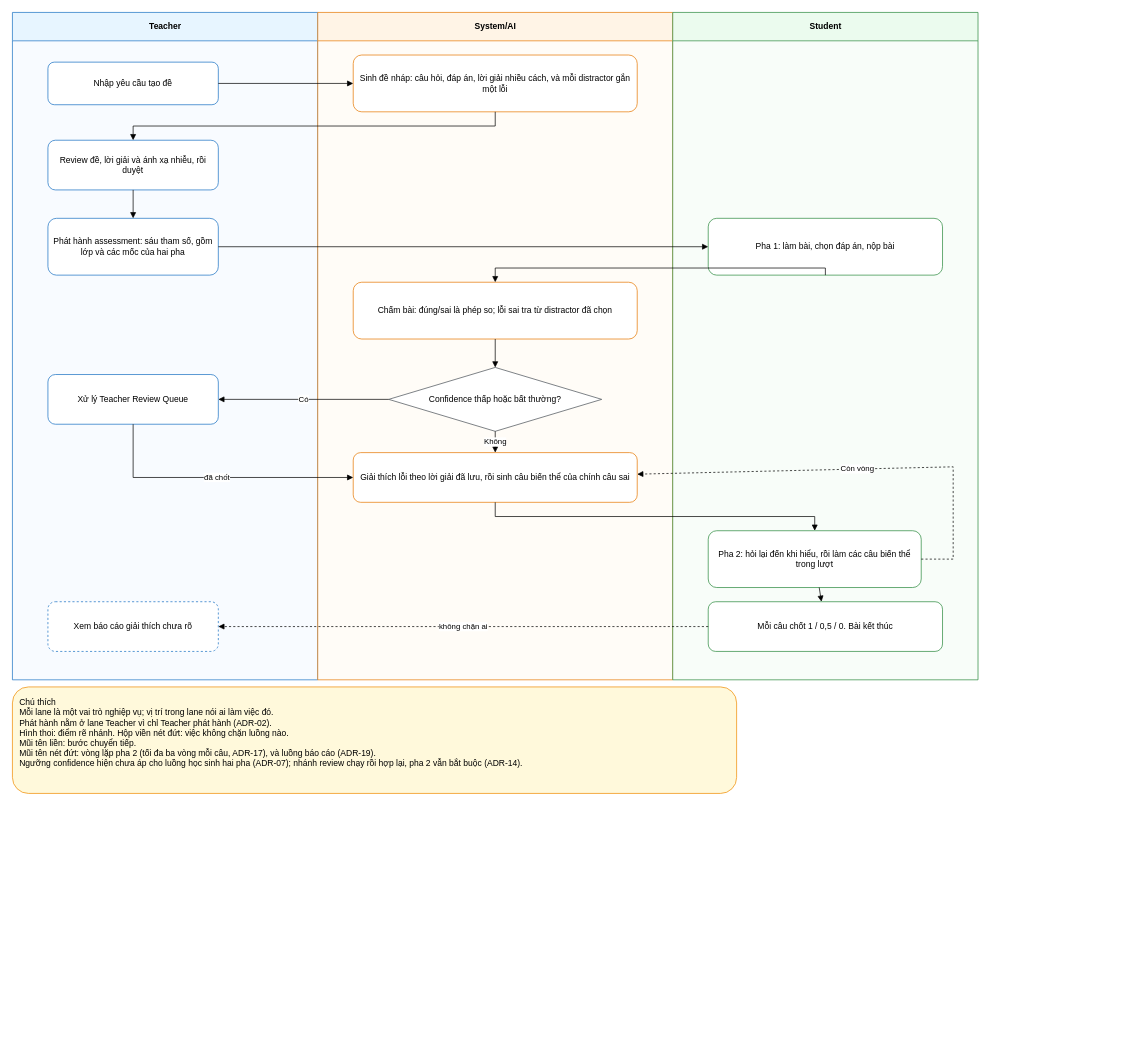
Before: docs/diagrams/business-workflows.drawio in biabeogo147/AI-Assessment-and-Feedback-Assistant, a draw.io diagram. Source tidied: cells renumbered, new cells numbered last; positions are measured from the earlier drawing's top-left corner, leaving out a move shared by most shapes. Both pictures are drawn from the tidied source at 71%, with x=0, y=0 at pixel (12, 12).
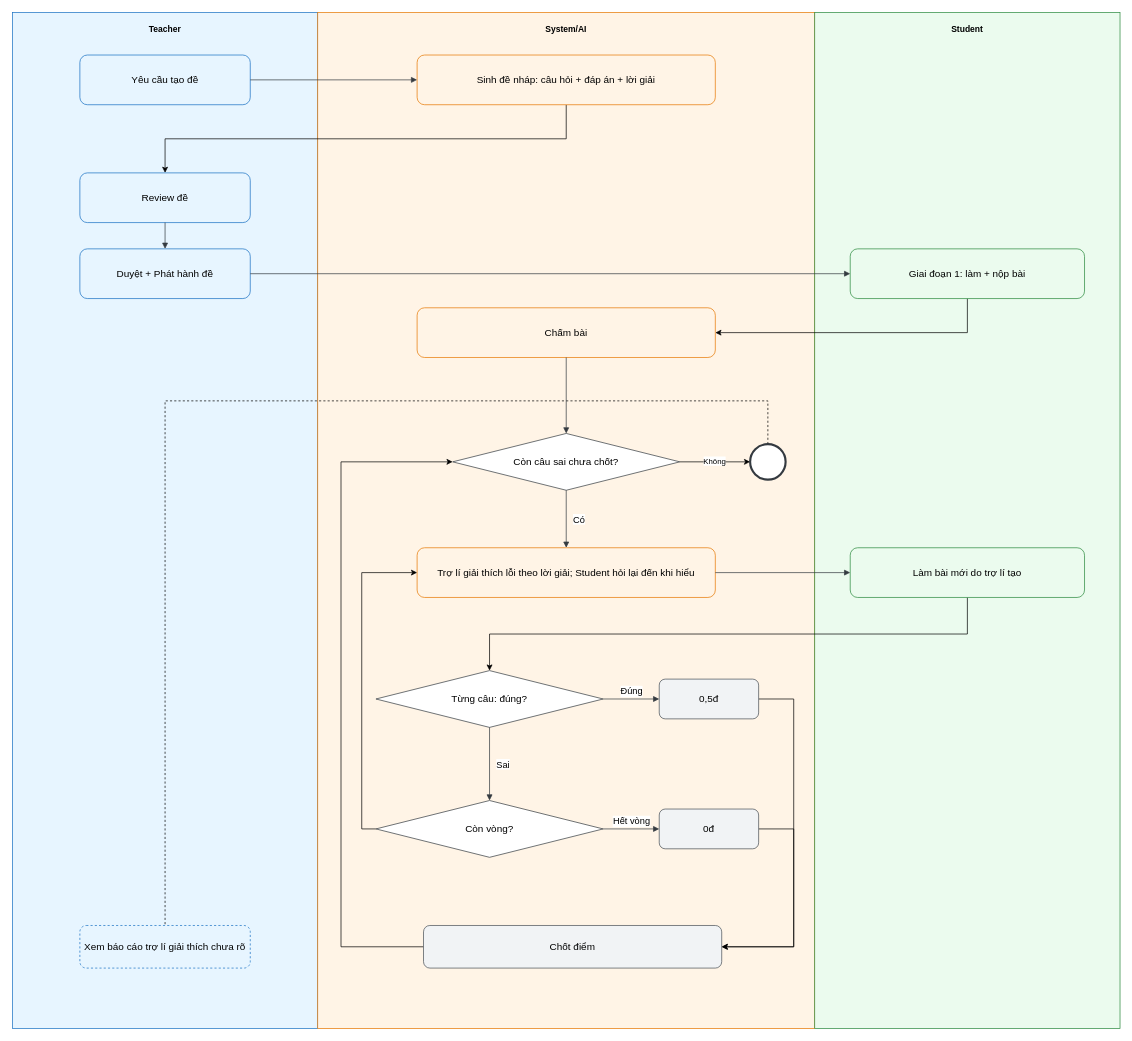
After the change.

The edit, as a diff of the source:
```diff
@@
-    <mxCell id="2" value="Teacher" style="swimlane;html=1;startSize=40;horizontal=1;fillColor=#e7f5ff;strokeColor=#1971c2;fontStyle=1;swimlaneFillColor=#f8fbff;" parent="1" vertex="1">
-      <mxGeometry width="430" height="940" as="geometry" />
+    <mxCell id="2" value="Teacher" style="rounded=0;whiteSpace=wrap;html=1;fillColor=#e7f5ff;strokeColor=#1971c2;fontStyle=1;verticalAlign=top;spacingTop=10;" parent="1" vertex="1">
+      <mxGeometry width="430" height="1431" as="geometry" />
     </mxCell>
-    <mxCell id="3" value="System/AI" style="swimlane;html=1;startSize=40;horizontal=1;fillColor=#fff4e6;strokeColor=#e67700;fontStyle=1;swimlaneFillColor=#fffcf7;" parent="1" vertex="1">
-      <mxGeometry x="430" width="500" height="940" as="geometry" />
+    <mxCell id="3" value="System/AI" style="rounded=0;whiteSpace=wrap;html=1;fillColor=#fff4e6;strokeColor=#e67700;fontStyle=1;verticalAlign=top;spacingTop=10;" parent="1" vertex="1">
+      <mxGeometry x="430" width="700" height="1431" as="geometry" />
     </mxCell>
-    <mxCell id="4" value="Student" style="swimlane;html=1;startSize=40;horizontal=1;fillColor=#ebfbee;strokeColor=#2b8a3e;fontStyle=1;swimlaneFillColor=#f8fdf9;" parent="1" vertex="1">
-      <mxGeometry x="930" width="430" height="940" as="geometry" />
+    <mxCell id="4" value="Student" style="rounded=0;whiteSpace=wrap;html=1;fillColor=#ebfbee;strokeColor=#2b8a3e;fontStyle=1;verticalAlign=top;spacingTop=10;" parent="1" vertex="1">
+      <mxGeometry x="1130" width="430" height="1431" as="geometry" />
     </mxCell>
-    <mxCell id="5" value="Nhập yêu cầu tạo đề" style="rounded=1;whiteSpace=wrap;html=1;fillColor=#ffffff;strokeColor=#1971c2;" parent="1" vertex="1">
-      <mxGeometry x="50" y="70" width="240" height="60" as="geometry" />
+    <mxCell id="5" value="Yêu cầu tạo đề" style="rounded=1;whiteSpace=wrap;html=1;fillColor=#e7f5ff;strokeColor=#1971c2;fontSize=14;" parent="1" vertex="1">
+      <mxGeometry x="95" y="60" width="240" height="70" as="geometry" />
     </mxCell>
+    <mxCell id="19" style="edgeStyle=orthogonalEdgeStyle;rounded=0;jettySize=auto;html=1;exitX=0.5;exitY=1;exitDx=0;exitDy=0;" parent="1" edge="1" source="6" target="7">
+      <mxGeometry relative="1" as="geometry" />
+    </mxCell>
-    <mxCell id="6" value="Sinh đề nháp: câu hỏi, đáp án, lời giải nhiều cách, và mỗi distractor gắn một lỗi" style="rounded=1;whiteSpace=wrap;html=1;fillColor=#ffffff;strokeColor=#e67700;" parent="1" vertex="1">
-      <mxGeometry x="480" y="60" width="400" height="80" as="geometry" />
+    <mxCell id="6" value="Sinh đề nháp: câu hỏi + đáp án + lời giải" style="rounded=1;whiteSpace=wrap;html=1;fillColor=#fff4e6;strokeColor=#e67700;fontSize=14;" parent="1" vertex="1">
+      <mxGeometry x="570" y="60" width="420" height="70" as="geometry" />
     </mxCell>
-    <mxCell id="7" value="Review đề, lời giải và ánh xạ nhiễu, rồi duyệt" style="rounded=1;whiteSpace=wrap;html=1;fillColor=#ffffff;strokeColor=#1971c2;" parent="1" vertex="1">
-      <mxGeometry x="50" y="180" width="240" height="70" as="geometry" />
+    <mxCell id="7" value="Review đề" style="rounded=1;whiteSpace=wrap;html=1;fillColor=#e7f5ff;strokeColor=#1971c2;fontSize=14;" parent="1" vertex="1">
+      <mxGeometry x="95" y="226" width="240" height="70" as="geometry" />
     </mxCell>
-    <mxCell id="8" value="Phát hành assessment: sáu tham số, gồm lớp và các mốc của hai pha" style="rounded=1;whiteSpace=wrap;html=1;fillColor=#ffffff;strokeColor=#1971c2;" parent="1" vertex="1">
-      <mxGeometry x="50" y="290" width="240" height="80" as="geometry" />
+    <mxCell id="8" value="Duyệt + Phát hành đề" style="rounded=1;whiteSpace=wrap;html=1;fillColor=#e7f5ff;strokeColor=#1971c2;fontSize=14;" parent="1" vertex="1">
+      <mxGeometry x="95" y="333" width="240" height="70" as="geometry" />
     </mxCell>
+    <mxCell id="22" style="edgeStyle=orthogonalEdgeStyle;rounded=0;jettySize=auto;html=1;exitX=0.5;exitY=1;exitDx=0;exitDy=0;entryX=1;entryY=0.5;entryDx=0;entryDy=0;" parent="1" edge="1" source="9" target="10">
+      <mxGeometry relative="1" as="geometry" />
+    </mxCell>
-    <mxCell id="9" value="Pha 1: làm bài, chọn đáp án, nộp bài" style="rounded=1;whiteSpace=wrap;html=1;fillColor=#ffffff;strokeColor=#2b8a3e;" parent="1" vertex="1">
-      <mxGeometry x="980" y="290" width="330" height="80" as="geometry" />
+    <mxCell id="9" value="Giai đoạn 1: làm + nộp bài" style="rounded=1;whiteSpace=wrap;html=1;fillColor=#ebfbee;strokeColor=#2b8a3e;fontSize=14;" parent="1" vertex="1">
+      <mxGeometry x="1180" y="333" width="330" height="70" as="geometry" />
     </mxCell>
-    <mxCell id="10" value="Chấm bài: đúng/sai là phép so; lỗi sai tra từ distractor đã chọn" style="rounded=1;whiteSpace=wrap;html=1;fillColor=#ffffff;strokeColor=#e67700;" parent="1" vertex="1">
-      <mxGeometry x="480" y="380" width="400" height="80" as="geometry" />
+    <mxCell id="10" value="Chấm bài" style="rounded=1;whiteSpace=wrap;html=1;fillColor=#fff4e6;strokeColor=#e67700;fontSize=14;" parent="1" vertex="1">
+      <mxGeometry x="570" y="416" width="420" height="70" as="geometry" />
     </mxCell>
-    <mxCell id="11" value="Confidence thấp hoặc bất thường?" style="rhombus;whiteSpace=wrap;html=1;fillColor=#ffffff;strokeColor=#495057;" parent="1" vertex="1">
-      <mxGeometry x="530" y="500" width="300" height="90" as="geometry" />
-    </mxCell>
-    <mxCell id="12" value="Xử lý Teacher Review Queue" style="rounded=1;whiteSpace=wrap;html=1;fillColor=#ffffff;strokeColor=#1971c2;" parent="1" vertex="1">
-      <mxGeometry x="50" y="510" width="240" height="70" as="geometry" />
-    </mxCell>
-    <mxCell id="13" value="Giải thích lỗi theo lời giải đã lưu, rồi sinh câu biến thể của chính câu sai" style="rounded=1;whiteSpace=wrap;html=1;fillColor=#ffffff;strokeColor=#e67700;" parent="1" vertex="1">
-      <mxGeometry x="480" y="620" width="400" height="70" as="geometry" />
-    </mxCell>
-    <mxCell id="14" value="Pha 2: hỏi lại đến khi hiểu, rồi làm các câu biến thể trong lượt" style="rounded=1;whiteSpace=wrap;html=1;fillColor=#ffffff;strokeColor=#2b8a3e;" parent="1" vertex="1">
-      <mxGeometry x="980" y="730" width="300" height="80" as="geometry" />
-    </mxCell>
-    <mxCell id="15" value="Mỗi câu chốt 1 / 0,5 / 0. Bài kết thúc" style="rounded=1;whiteSpace=wrap;html=1;fillColor=#ffffff;strokeColor=#2b8a3e;" parent="1" vertex="1">
-      <mxGeometry x="980" y="830" width="330" height="70" as="geometry" />
-    </mxCell>
+    <mxCell id="31" style="edgeStyle=orthogonalEdgeStyle;rounded=0;jettySize=auto;html=1;exitX=1;exitY=0.5;exitDx=0;exitDy=0;" parent="1" edge="1" source="32" target="46">
+      <mxGeometry relative="1" as="geometry" />
+    </mxCell>
+    <mxCell id="25" value="Không" style="edgeLabel;html=1;align=center;verticalAlign=middle;" parent="31" vertex="1">
+      <mxGeometry x="-0.04" y="2" relative="1" as="geometry" />
+    </mxCell>
+    <mxCell id="32" value="Còn câu sai chưa chốt?" style="rhombus;whiteSpace=wrap;html=1;fillColor=#ffffff;strokeColor=#343a40;fontSize=14;" parent="1" vertex="1">
+      <mxGeometry x="620" y="593" width="320" height="80" as="geometry" />
+    </mxCell>
+    <mxCell id="33" value="Trợ lí giải thích lỗi theo lời giải; Student hỏi lại đến khi hiểu" style="rounded=1;whiteSpace=wrap;html=1;fillColor=#fff4e6;strokeColor=#e67700;fontSize=14;" parent="1" vertex="1">
+      <mxGeometry x="570" y="754" width="420" height="70" as="geometry" />
+    </mxCell>
+    <mxCell id="34" style="edgeStyle=orthogonalEdgeStyle;rounded=0;jettySize=auto;html=1;exitX=0.5;exitY=1;exitDx=0;exitDy=0;entryX=0.5;entryY=0;entryDx=0;entryDy=0;" parent="1" edge="1" source="35" target="36">
+      <mxGeometry relative="1" as="geometry" />
+    </mxCell>
+    <mxCell id="35" value="Làm bài mới do trợ lí tạo" style="rounded=1;whiteSpace=wrap;html=1;fillColor=#ebfbee;strokeColor=#2b8a3e;fontSize=14;" parent="1" vertex="1">
+      <mxGeometry x="1180" y="754" width="330" height="70" as="geometry" />
+    </mxCell>
+    <mxCell id="36" value="Từng câu: đúng?" style="rhombus;whiteSpace=wrap;html=1;fillColor=#ffffff;strokeColor=#343a40;fontSize=14;" parent="1" vertex="1">
+      <mxGeometry x="512" y="927" width="320" height="80" as="geometry" />
+    </mxCell>
+    <mxCell id="37" style="edgeStyle=orthogonalEdgeStyle;rounded=0;jettySize=auto;html=1;exitX=0;exitY=0.5;exitDx=0;exitDy=0;entryX=0;entryY=0.5;entryDx=0;entryDy=0;" parent="1" edge="1" source="38" target="33">
+      <mxGeometry relative="1" as="geometry" />
+    </mxCell>
+    <mxCell id="38" value="Còn vòng?" style="rhombus;whiteSpace=wrap;html=1;fillColor=#ffffff;strokeColor=#343a40;fontSize=14;" parent="1" vertex="1">
+      <mxGeometry x="512" y="1110" width="320" height="80" as="geometry" />
+    </mxCell>
+    <mxCell id="39" style="edgeStyle=orthogonalEdgeStyle;rounded=0;jettySize=auto;html=1;exitX=1;exitY=0.5;exitDx=0;exitDy=0;entryX=1;entryY=0.5;entryDx=0;entryDy=0;" parent="1" edge="1" source="40" target="44">
+      <mxGeometry relative="1" as="geometry">
+        <Array as="points">
+          <mxPoint x="1100.4" y="967" />
+          <mxPoint x="1100.4" y="1316" />
+        </Array>
+      </mxGeometry>
+    </mxCell>
+    <mxCell id="40" value="0,5đ" style="rounded=1;whiteSpace=wrap;html=1;fillColor=#f1f3f5;strokeColor=#495057;fontSize=14;" parent="1" vertex="1">
+      <mxGeometry x="911" y="939" width="140" height="56" as="geometry" />
+    </mxCell>
+    <mxCell id="41" style="edgeStyle=orthogonalEdgeStyle;rounded=0;jettySize=auto;html=1;exitX=1;exitY=0.5;exitDx=0;exitDy=0;entryX=1;entryY=0.5;entryDx=0;entryDy=0;" parent="1" edge="1" source="42" target="44">
+      <mxGeometry relative="1" as="geometry">
+        <Array as="points">
+          <mxPoint x="1100.4" y="1150" />
+          <mxPoint x="1100.4" y="1316" />
+        </Array>
+      </mxGeometry>
+    </mxCell>
+    <mxCell id="42" value="0đ" style="rounded=1;whiteSpace=wrap;html=1;fillColor=#f1f3f5;strokeColor=#495057;fontSize=14;" parent="1" vertex="1">
+      <mxGeometry x="911" y="1122" width="140" height="56" as="geometry" />
+    </mxCell>
+    <mxCell id="43" style="edgeStyle=orthogonalEdgeStyle;rounded=0;jettySize=auto;html=1;exitX=0;exitY=0.5;exitDx=0;exitDy=0;entryX=0;entryY=0.5;entryDx=0;entryDy=0;" parent="1" edge="1" source="44" target="32">
+      <mxGeometry relative="1" as="geometry">
+        <Array as="points">
+          <mxPoint x="462.8" y="1316" />
+          <mxPoint x="462.8" y="633" />
+        </Array>
+      </mxGeometry>
+    </mxCell>
+    <mxCell id="44" value="Chốt điểm" style="rounded=1;whiteSpace=wrap;html=1;fillColor=#f1f3f5;strokeColor=#495057;fontSize=14;" parent="1" vertex="1">
+      <mxGeometry x="579" y="1286" width="420" height="60" as="geometry" />
+    </mxCell>
+    <mxCell id="45" style="edgeStyle=orthogonalEdgeStyle;rounded=0;jettySize=auto;html=1;exitX=0.5;exitY=0;exitDx=0;exitDy=0;dashed=1;endArrow=none;endFill=0;" parent="1" edge="1" source="46" target="16">
+      <mxGeometry relative="1" as="geometry">
+        <Array as="points">
+          <mxPoint x="1064" y="547.1" />
+          <mxPoint x="215" y="547.1" />
+        </Array>
+      </mxGeometry>
+    </mxCell>
+    <mxCell id="46" style="ellipse;whiteSpace=wrap;html=1;fillColor=#ffffff;strokeColor=#343a40;strokeWidth=3;" parent="1" vertex="1">
+      <mxGeometry x="1039" y="608" width="50" height="50" as="geometry" />
+    </mxCell>
-    <mxCell id="16" value="Xem báo cáo giải thích chưa rõ" style="rounded=1;whiteSpace=wrap;html=1;fillColor=#ffffff;strokeColor=#1971c2;dashed=1;" parent="1" vertex="1">
-      <mxGeometry x="50" y="830" width="240" height="70" as="geometry" />
+    <mxCell id="16" value="Xem báo cáo trợ lí giải thích chưa rõ" style="rounded=1;whiteSpace=wrap;html=1;fillColor=#e7f5ff;strokeColor=#1971c2;dashed=1;fontSize=14;" parent="1" vertex="1">
+      <mxGeometry x="95" y="1286" width="240" height="60" as="geometry" />
     </mxCell>
-    <mxCell id="17" value="Chú thích&#10;Mỗi lane là một vai trò nghiệp vụ; vị trí trong lane nói ai làm việc đó.&#10;Phát hành nằm ở lane Teacher vì chỉ Teacher phát hành (ADR-02).&#10;Hình thoi: điểm rẽ nhánh. Hộp viền nét đứt: việc không chặn luồng nào.&#10;Mũi tên liền: bước chuyển tiếp.&#10;Mũi tên nét đứt: vòng lặp pha 2 (tối đa ba vòng mỗi câu, ADR-17), và luồng báo cáo (ADR-19).&#10;Ngưỡng confidence hiện chưa áp cho luồng học sinh hai pha (ADR-07); nhánh review chạy rồi hợp lại, pha 2 vẫn bắt buộc (ADR-14)." style="rounded=1;whiteSpace=wrap;html=1;fillColor=#fff9db;strokeColor=#f08c00;align=left;verticalAlign=top;spacing=10;" parent="1" vertex="1">
-      <mxGeometry y="950" width="1020" height="150" as="geometry" />
-    </mxCell>
-    <mxCell id="18" style="endArrow=block;html=1;rounded=0;" parent="1" edge="1" source="5" target="6">
+    <mxCell id="18" style="edgeStyle=orthogonalEdgeStyle;rounded=0;html=1;endArrow=block;strokeColor=#343a40;fontSize=13;exitX=1;exitY=0.5;exitDx=0;exitDy=0;entryX=0;entryY=0.5;entryDx=0;entryDy=0;" parent="1" edge="1" source="5" target="6">
       <mxGeometry relative="1" as="geometry" />
     </mxCell>
-    <mxCell id="19" style="endArrow=block;html=1;rounded=0;" parent="1" edge="1" source="6" target="7">
-      <mxGeometry relative="1" as="geometry">
-        <Array as="points">
-          <mxPoint x="680" y="160" />
-          <mxPoint x="170" y="160" />
-        </Array>
-      </mxGeometry>
-    </mxCell>
-    <mxCell id="20" style="endArrow=block;html=1;rounded=0;" parent="1" edge="1" source="7" target="8">
+    <mxCell id="20" style="edgeStyle=orthogonalEdgeStyle;rounded=0;html=1;endArrow=block;strokeColor=#343a40;fontSize=13;exitX=0.5;exitY=1;exitDx=0;exitDy=0;entryX=0.5;entryY=0;entryDx=0;entryDy=0;" parent="1" edge="1" source="7" target="8">
       <mxGeometry relative="1" as="geometry" />
     </mxCell>
-    <mxCell id="21" style="endArrow=block;html=1;rounded=0;" parent="1" edge="1" source="8" target="9">
+    <mxCell id="21" style="edgeStyle=orthogonalEdgeStyle;rounded=0;html=1;endArrow=block;strokeColor=#343a40;fontSize=13;exitX=1;exitY=0.5;exitDx=0;exitDy=0;entryX=0;entryY=0.5;entryDx=0;entryDy=0;" parent="1" edge="1" source="8" target="9">
       <mxGeometry relative="1" as="geometry" />
     </mxCell>
-    <mxCell id="22" style="endArrow=block;html=1;rounded=0;" parent="1" edge="1" source="9" target="10">
-      <mxGeometry relative="1" as="geometry">
-        <Array as="points">
-          <mxPoint x="1145" y="360" />
-          <mxPoint x="680" y="360" />
-        </Array>
-      </mxGeometry>
-    </mxCell>
-    <mxCell id="23" style="endArrow=block;html=1;rounded=0;" parent="1" edge="1" source="10" target="11">
-      <mxGeometry relative="1" as="geometry" />
-    </mxCell>
+    <mxCell id="47" style="edgeStyle=orthogonalEdgeStyle;rounded=0;html=1;endArrow=block;strokeColor=#343a40;fontSize=13;exitX=0.5;exitY=1;exitDx=0;exitDy=0;entryX=0.5;entryY=0;entryDx=0;entryDy=0;" parent="1" edge="1" source="10" target="32">
+      <mxGeometry relative="1" as="geometry" />
+    </mxCell>
-    <mxCell id="24" value="Có" style="endArrow=block;html=1;rounded=0;" parent="1" edge="1" source="11" target="12">
+    <mxCell id="24" value="Có" style="edgeStyle=orthogonalEdgeStyle;rounded=0;html=1;endArrow=block;strokeColor=#343a40;fontSize=13;exitX=0.5;exitY=1;exitDx=0;exitDy=0;entryX=0.5;entryY=0;entryDx=0;entryDy=0;align=left;spacingLeft=8;" parent="1" edge="1" source="32" target="33">
       <mxGeometry relative="1" as="geometry" />
     </mxCell>
-    <mxCell id="25" value="Không" style="endArrow=block;html=1;rounded=0;" parent="1" edge="1" source="11" target="13">
-      <mxGeometry relative="1" as="geometry" />
-    </mxCell>
-    <mxCell id="26" value="đã chốt" style="endArrow=block;html=1;rounded=0;" parent="1" edge="1" source="12" target="13">
-      <mxGeometry relative="1" as="geometry">
-        <Array as="points">
-          <mxPoint x="170" y="655" />
-        </Array>
-      </mxGeometry>
-    </mxCell>
-    <mxCell id="27" style="endArrow=block;html=1;rounded=0;" parent="1" edge="1" source="13" target="14">
-      <mxGeometry relative="1" as="geometry">
-        <Array as="points">
-          <mxPoint x="680" y="710" />
-          <mxPoint x="1130" y="710" />
-        </Array>
-      </mxGeometry>
-    </mxCell>
-    <mxCell id="28" value="Còn vòng" style="endArrow=block;html=1;rounded=0;dashed=1;" parent="1" edge="1" source="14" target="13">
-      <mxGeometry relative="1" as="geometry">
-        <Array as="points">
-          <mxPoint x="1325" y="770" />
-          <mxPoint x="1325" y="640" />
-        </Array>
-      </mxGeometry>
-    </mxCell>
-    <mxCell id="29" style="endArrow=block;html=1;rounded=0;" parent="1" edge="1" source="14" target="15">
-      <mxGeometry relative="1" as="geometry" />
-    </mxCell>
-    <mxCell id="30" value="không chặn ai" style="endArrow=block;html=1;rounded=0;dashed=1;" parent="1" edge="1" source="15" target="16">
-      <mxGeometry relative="1" as="geometry">
-        <Array as="points">
-          <mxPoint x="360" y="865" />
-        </Array>
-      </mxGeometry>
-    </mxCell>
+    <mxCell id="48" style="edgeStyle=orthogonalEdgeStyle;rounded=0;html=1;endArrow=block;strokeColor=#343a40;fontSize=13;exitX=1;exitY=0.5;exitDx=0;exitDy=0;entryX=0;entryY=0.5;entryDx=0;entryDy=0;" parent="1" edge="1" source="33" target="35">
+      <mxGeometry relative="1" as="geometry" />
+    </mxCell>
+    <mxCell id="49" value="Đúng" style="edgeStyle=orthogonalEdgeStyle;rounded=0;html=1;endArrow=block;strokeColor=#343a40;fontSize=13;exitX=1;exitY=0.5;exitDx=0;exitDy=0;entryX=0;entryY=0.5;entryDx=0;entryDy=0;verticalAlign=bottom;" parent="1" edge="1" source="36" target="40">
+      <mxGeometry relative="1" as="geometry" />
+    </mxCell>
+    <mxCell id="50" value="Sai" style="edgeStyle=orthogonalEdgeStyle;rounded=0;html=1;endArrow=block;strokeColor=#343a40;fontSize=13;exitX=0.5;exitY=1;exitDx=0;exitDy=0;entryX=0.5;entryY=0;entryDx=0;entryDy=0;align=left;spacingLeft=8;" parent="1" edge="1" source="36" target="38">
+      <mxGeometry relative="1" as="geometry" />
+    </mxCell>
+    <mxCell id="51" value="Hết vòng" style="edgeStyle=orthogonalEdgeStyle;rounded=0;html=1;endArrow=block;strokeColor=#343a40;fontSize=13;exitX=1;exitY=0.5;exitDx=0;exitDy=0;entryX=0;entryY=0.5;entryDx=0;entryDy=0;verticalAlign=bottom;" parent="1" edge="1" source="38" target="42">
+      <mxGeometry relative="1" as="geometry" />
+    </mxCell>
```
